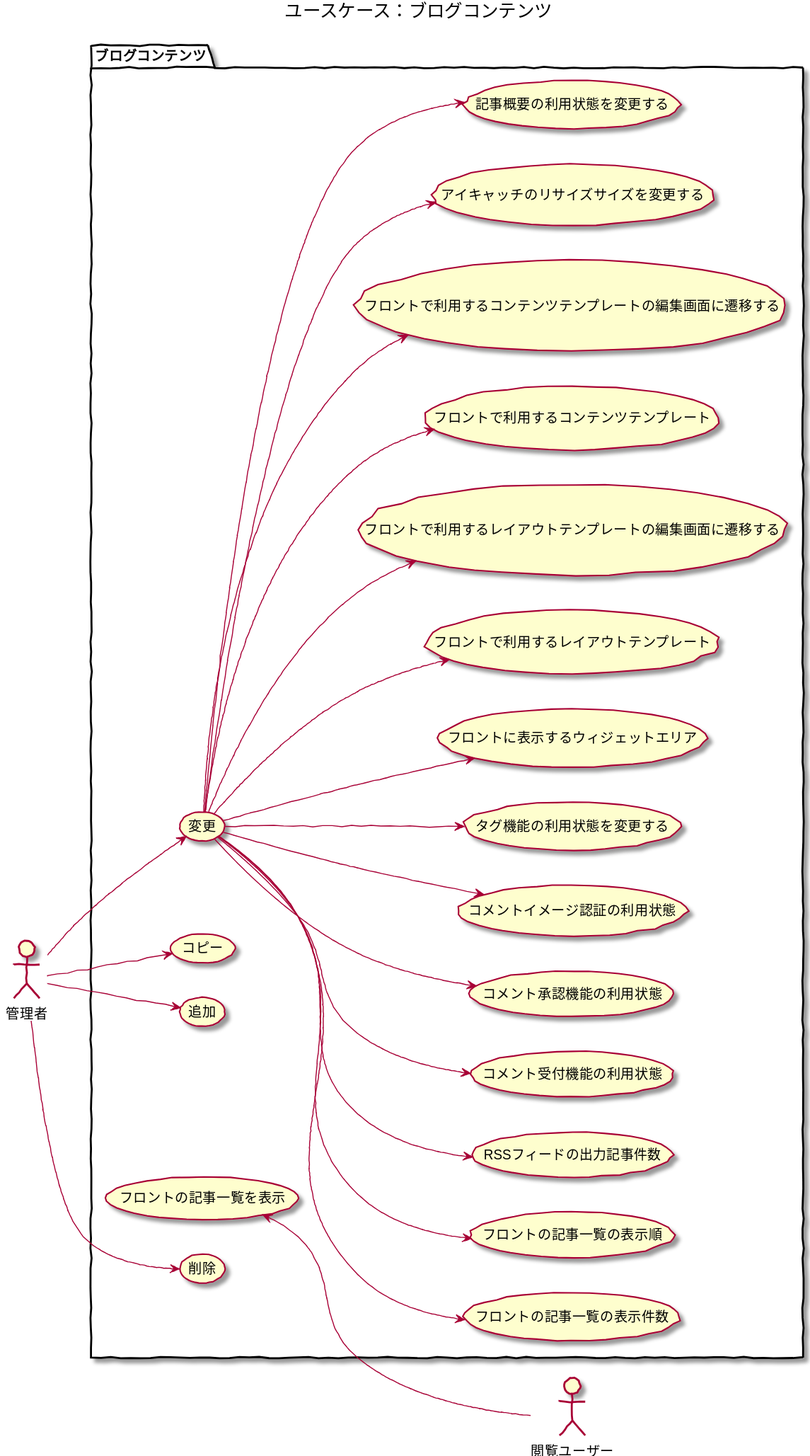
This is 5/ucmitz/svg/use_case/bc-blog/blog_contents.svg from baserproject/baserproject.github.io, a PlantUML export, as it was before one commit. Its source is kept beside it as src/puml/5/ucmitz/svg/use_case/bc-blog/blog_contents.puml. Its diagram source:
```plantuml
@startuml

skinparam handwritten true
skinparam backgroundColor white

title ユースケース：ブログコンテンツ

actor 管理者
actor 閲覧ユーザー

package ブログコンテンツ {
	left to right direction
	閲覧ユーザー -up-> (フロントの記事一覧を表示)
	管理者 -down-> (追加)
	管理者 -down-> (変更)
	(変更) -down-> (フロントの記事一覧の表示件数)
	(変更) -down-> (フロントの記事一覧の表示順)
	(変更) -down-> (RSSフィードの出力記事件数)
	(変更) -down-> (コメント受付機能の利用状態)
	(変更) -down-> (コメント承認機能の利用状態)
	(変更) -down-> (コメントイメージ認証の利用状態)
	(変更) -down-> (タグ機能の利用状態を変更する)
	(変更) -down-> (フロントに表示するウィジェットエリア)
	(変更) -down-> (フロントで利用するレイアウトテンプレート)
	(変更) -down-> (フロントで利用するレイアウトテンプレートの編集画面に遷移する)
	(変更) -down-> (フロントで利用するコンテンツテンプレート)
	(変更) -down-> (フロントで利用するコンテンツテンプレートの編集画面に遷移する)
	(変更) -down-> (アイキャッチのリサイズサイズを変更する)
	(変更) -down-> (記事概要の利用状態を変更する)
	管理者 -down-> (削除)
	管理者 -down-> (コピー)
}

@enduml
```
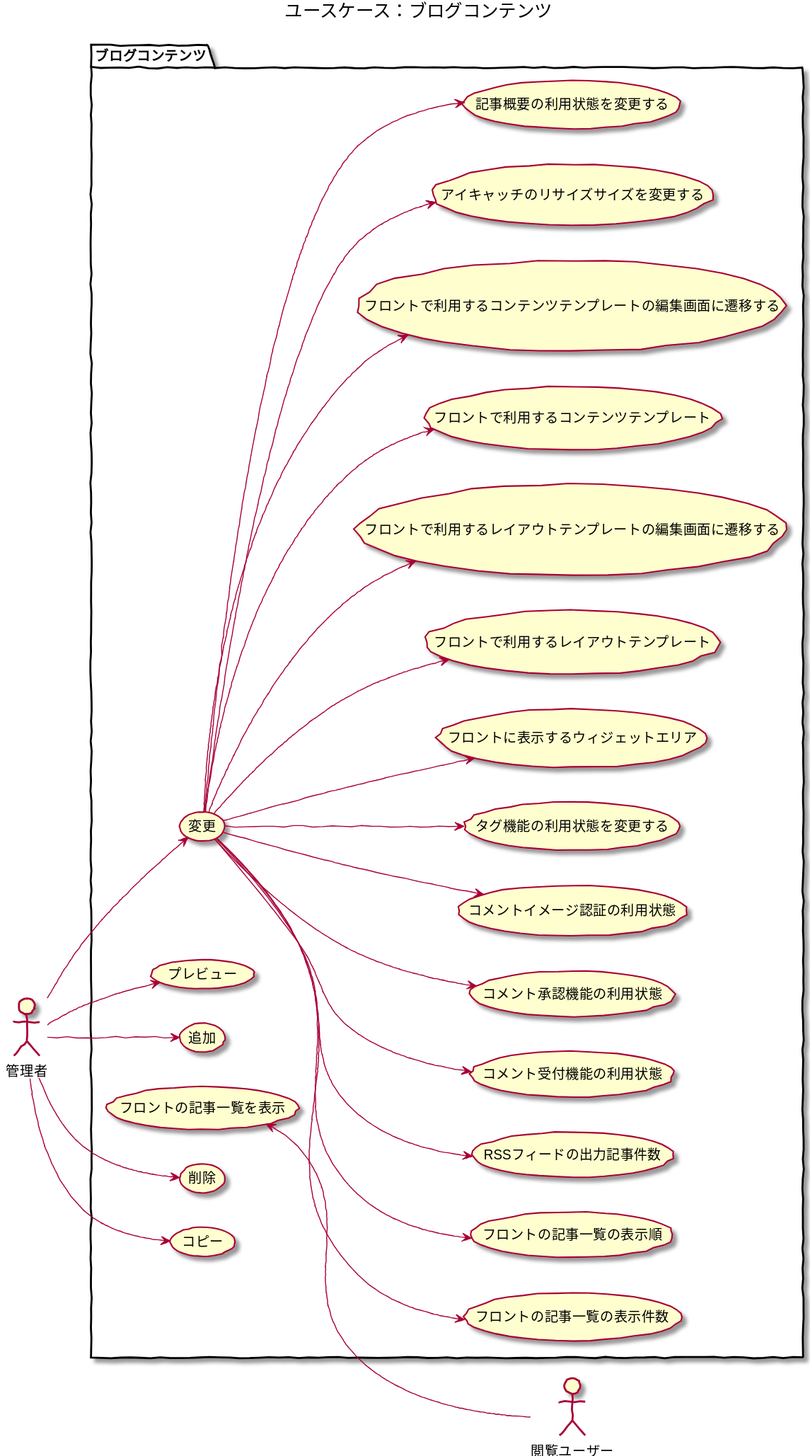
Above is the later version.

Diff of the diagram source:
```diff
@@ -29,6 +29,7 @@
 	(変更) -down-> (記事概要の利用状態を変更する)
 	管理者 -down-> (削除)
 	管理者 -down-> (コピー)
+	管理者 -down-> (プレビュー)
 }
 
 @enduml
```
